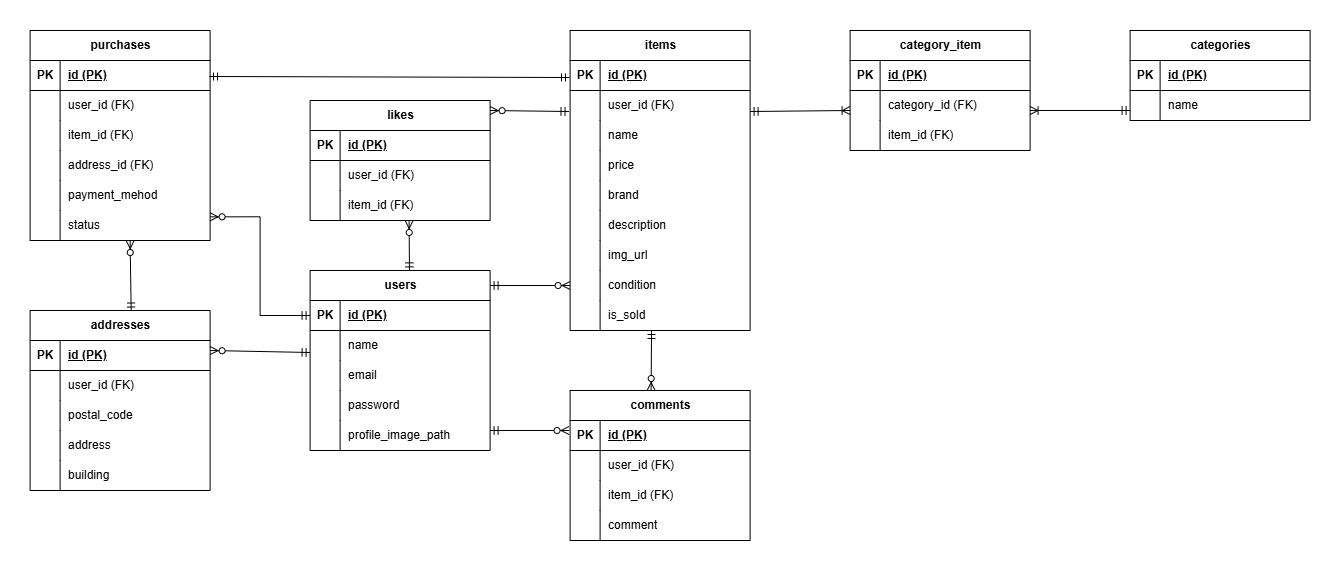
The draw.io diagram docs/er-diagram.png in nishidanamiki/flea-market-app, before a commit. Source tidied: cells renumbered, new cells last; positions are measured from the earlier drawing's top-left corner, leaving out a move shared by most shapes.
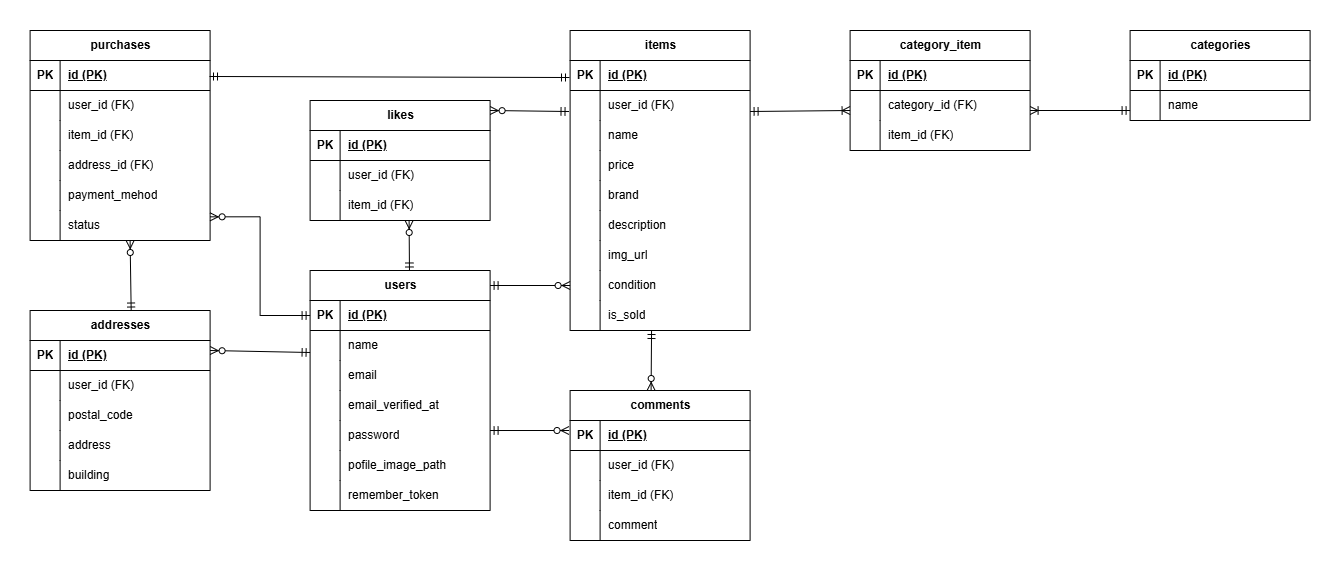
After the commit.

Change to the diagram source:
```diff
@@ -6,7 +6,7 @@
       <mxGeometry width="1280" height="510" as="geometry" />
     </mxCell>
     <mxCell id="3" value="users" style="shape=table;startSize=30;rowLines=0;fontStyle=1;align=center;html=1;rounded=0;shadow=0;" parent="2" vertex="1">
-      <mxGeometry x="280" y="240" width="180" height="180" as="geometry" />
+      <mxGeometry x="280" y="240" width="180" height="240" as="geometry" />
     </mxCell>
     <mxCell id="4" style="shape=tableRow;horizontal=0;startSize=0;swimlaneHead=0;swimlaneBody=0;fillColor=none;points=[[0,0.5],[1,0.5]];portConstraint=eastwest;top=0;left=0;right=0;bottom=1;rounded=0;shadow=0;" parent="3" vertex="1">
       <mxGeometry y="30" width="180" height="30" as="geometry" />
@@ -41,7 +41,7 @@
     <mxCell id="14" style="shape=partialRectangle;fillColor=none;top=0;left=0;bottom=0;right=0;overflow=hidden;whiteSpace=wrap;html=1;rounded=0;shadow=0;" parent="13" vertex="1">
       <mxGeometry width="30" height="30" as="geometry" />
     </mxCell>
-    <mxCell id="15" value="password" style="shape=partialRectangle;fillColor=none;top=0;left=0;bottom=0;right=0;align=left;spacingLeft=6;overflow=hidden;whiteSpace=wrap;html=1;rounded=0;shadow=0;" parent="13" vertex="1">
+    <mxCell id="15" value="email_verified_at" style="shape=partialRectangle;fillColor=none;top=0;left=0;bottom=0;right=0;align=left;spacingLeft=6;overflow=hidden;whiteSpace=wrap;html=1;rounded=0;shadow=0;" parent="13" vertex="1">
       <mxGeometry x="30" width="150" height="30" as="geometry" />
     </mxCell>
     <mxCell id="16" style="shape=tableRow;horizontal=0;startSize=0;swimlaneHead=0;swimlaneBody=0;fillColor=none;top=0;left=0;right=0;bottom=0;rounded=0;shadow=0;" parent="3" vertex="1">
@@ -50,9 +50,27 @@
     <mxCell id="17" style="shape=partialRectangle;fillColor=none;top=0;left=0;bottom=0;right=0;overflow=hidden;whiteSpace=wrap;html=1;rounded=0;shadow=0;" parent="16" vertex="1">
       <mxGeometry width="30" height="30" as="geometry" />
     </mxCell>
-    <mxCell id="18" value="profile_image_path" style="shape=partialRectangle;fillColor=none;top=0;left=0;bottom=0;right=0;align=left;spacingLeft=6;overflow=hidden;whiteSpace=wrap;html=1;rounded=0;shadow=0;" parent="16" vertex="1">
+    <mxCell id="18" value="password" style="shape=partialRectangle;fillColor=none;top=0;left=0;bottom=0;right=0;align=left;spacingLeft=6;overflow=hidden;whiteSpace=wrap;html=1;rounded=0;shadow=0;" parent="16" vertex="1">
       <mxGeometry x="30" width="150" height="30" as="geometry" />
     </mxCell>
+    <mxCell id="133" style="shape=tableRow;horizontal=0;startSize=0;swimlaneHead=0;swimlaneBody=0;fillColor=none;top=0;left=0;right=0;bottom=0;rounded=0;shadow=0;" parent="3" vertex="1">
+      <mxGeometry y="180" width="180" height="30" as="geometry" />
+    </mxCell>
+    <mxCell id="134" style="shape=partialRectangle;fillColor=none;top=0;left=0;bottom=0;right=0;overflow=hidden;whiteSpace=wrap;html=1;rounded=0;shadow=0;" parent="133" vertex="1">
+      <mxGeometry width="30" height="30" as="geometry" />
+    </mxCell>
+    <mxCell id="135" value="pofile_image_path" style="shape=partialRectangle;fillColor=none;top=0;left=0;bottom=0;right=0;align=left;spacingLeft=6;overflow=hidden;whiteSpace=wrap;html=1;rounded=0;shadow=0;" parent="133" vertex="1">
+      <mxGeometry x="30" width="150" height="30" as="geometry" />
+    </mxCell>
+    <mxCell id="136" style="shape=tableRow;horizontal=0;startSize=0;swimlaneHead=0;swimlaneBody=0;fillColor=none;top=0;left=0;right=0;bottom=0;rounded=0;shadow=0;" parent="3" vertex="1">
+      <mxGeometry y="210" width="180" height="30" as="geometry" />
+    </mxCell>
+    <mxCell id="137" style="shape=partialRectangle;fillColor=none;top=0;left=0;bottom=0;right=0;overflow=hidden;whiteSpace=wrap;html=1;rounded=0;shadow=0;" parent="136" vertex="1">
+      <mxGeometry width="30" height="30" as="geometry" />
+    </mxCell>
+    <mxCell id="138" value="remember_token" style="shape=partialRectangle;fillColor=none;top=0;left=0;bottom=0;right=0;align=left;spacingLeft=6;overflow=hidden;whiteSpace=wrap;html=1;rounded=0;shadow=0;" parent="136" vertex="1">
+      <mxGeometry x="30" width="150" height="30" as="geometry" />
+    </mxCell>
     <mxCell id="19" value="items" style="shape=table;startSize=30;rowLines=0;fontStyle=1;align=center;html=1;rounded=0;shadow=0;" parent="2" vertex="1">
       <mxGeometry x="540" width="180" height="300" as="geometry" />
     </mxCell>
```
